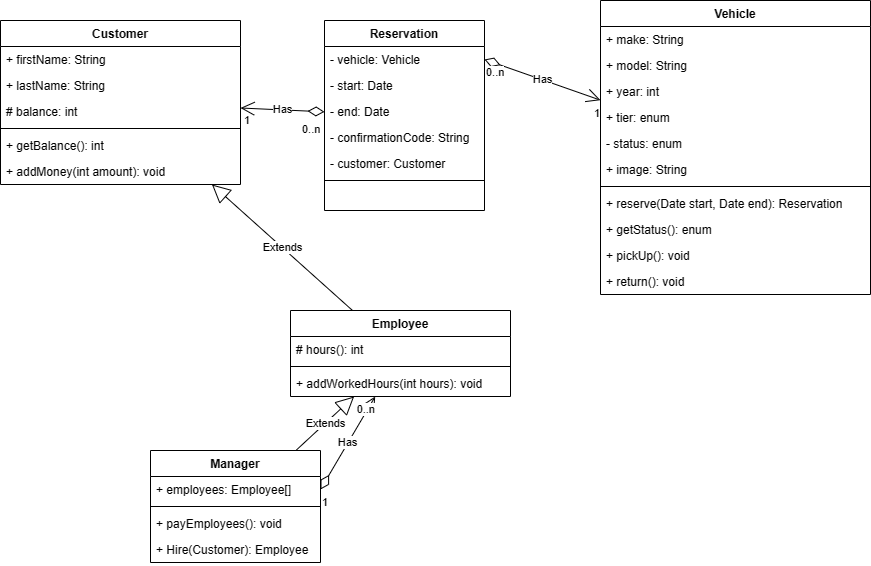
Earlier version of the draw.io export docs/OtherDiagrams/class_diagrams.png (masoncfrancis/CS3450-5-App). Source tidied: cells renumbered, new cells last; positions are measured from the earlier drawing's top-left corner, leaving out a move shared by most shapes.
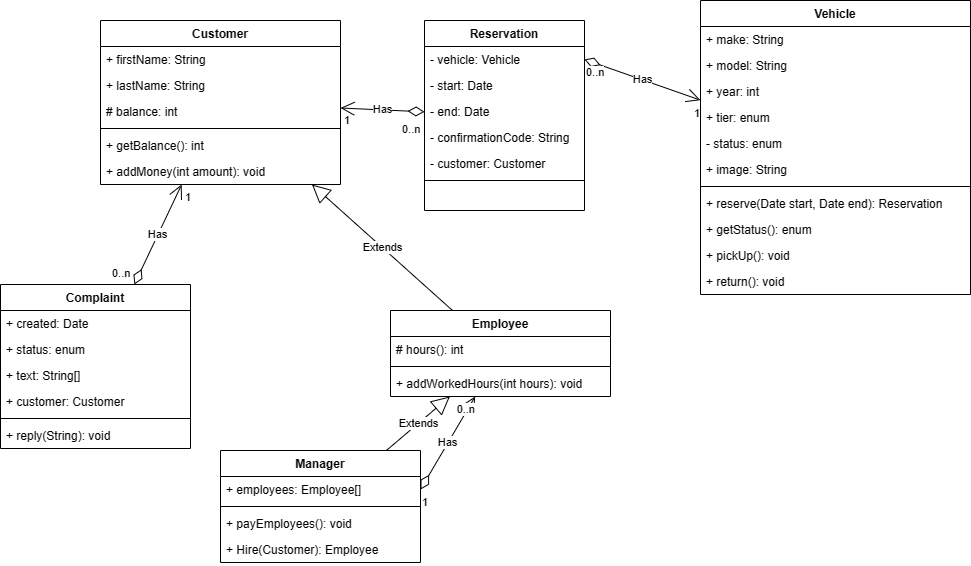
After the commit.

Commit message:
added diagram for complaint model

Diff of the diagram source:
```diff
@@ -39,19 +39,19 @@
       <mxGeometry relative="1" as="geometry" />
     </mxCell>
     <mxCell id="14" value="Manager" style="swimlane;fontStyle=1;align=center;verticalAlign=top;horizontal=1;startSize=26;" parent="1" vertex="1">
-      <mxGeometry x="150" y="450" width="170" height="112" as="geometry" />
+      <mxGeometry x="120" y="450" width="200" height="112" as="geometry" />
     </mxCell>
     <mxCell id="15" value="+ employees: Employee[]" style="text;strokeColor=none;fillColor=none;align=left;verticalAlign=top;spacingLeft=4;spacingRight=4;overflow=hidden;points=[[0,0.5],[1,0.5]];portConstraint=eastwest;" parent="14" vertex="1">
-      <mxGeometry y="26" width="170" height="26" as="geometry" />
+      <mxGeometry y="26" width="200" height="26" as="geometry" />
     </mxCell>
     <mxCell id="16" style="line;strokeWidth=1;fillColor=none;align=left;verticalAlign=middle;spacingTop=-1;spacingLeft=3;spacingRight=3;labelPosition=right;strokeColor=inherit;" parent="14" vertex="1">
-      <mxGeometry y="52" width="170" height="8" as="geometry" />
+      <mxGeometry y="52" width="200" height="8" as="geometry" />
     </mxCell>
     <mxCell id="17" value="+ payEmployees(): void" style="text;strokeColor=none;fillColor=none;align=left;verticalAlign=top;spacingLeft=4;spacingRight=4;overflow=hidden;" parent="14" vertex="1">
-      <mxGeometry y="60" width="170" height="26" as="geometry" />
+      <mxGeometry y="60" width="200" height="26" as="geometry" />
     </mxCell>
     <mxCell id="18" value="+ Hire(Customer): Employee" style="text;strokeColor=none;fillColor=none;align=left;verticalAlign=top;spacingLeft=4;spacingRight=4;overflow=hidden;" parent="14" vertex="1">
-      <mxGeometry y="86" width="170" height="26" as="geometry" />
+      <mxGeometry y="86" width="200" height="26" as="geometry" />
     </mxCell>
     <mxCell id="19" value="Extends" style="endArrow=block;endSize=16;endFill=0;html=1;rounded=0;" parent="1" edge="1" source="14" target="9">
       <mxGeometry relative="1" as="geometry" />
@@ -147,5 +147,39 @@
     <mxCell id="48" value="1" style="edgeLabel;html=1;align=right;verticalAlign=top;" parent="46" vertex="1">
       <mxGeometry x="1" relative="1" as="geometry" />
     </mxCell>
+    <mxCell id="49" value="Complaint" style="swimlane;fontStyle=1;align=center;verticalAlign=top;horizontal=1;startSize=26;fontSize=12;" parent="1" vertex="1">
+      <mxGeometry x="-100" y="284" width="190" height="164" as="geometry" />
+    </mxCell>
+    <mxCell id="50" value="+ created: Date" style="text;strokeColor=none;fillColor=none;align=left;verticalAlign=top;spacingLeft=4;spacingRight=4;overflow=hidden;fontSize=12;" parent="49" vertex="1">
+      <mxGeometry y="26" width="190" height="26" as="geometry" />
+    </mxCell>
+    <mxCell id="51" value="+ status: enum" style="text;strokeColor=none;fillColor=none;align=left;verticalAlign=top;spacingLeft=4;spacingRight=4;overflow=hidden;fontSize=12;" parent="49" vertex="1">
+      <mxGeometry y="52" width="190" height="26" as="geometry" />
+    </mxCell>
+    <mxCell id="52" value="+ text: String[]" style="text;strokeColor=none;fillColor=none;align=left;verticalAlign=top;spacingLeft=4;spacingRight=4;overflow=hidden;fontSize=12;" parent="49" vertex="1">
+      <mxGeometry y="78" width="190" height="26" as="geometry" />
+    </mxCell>
+    <mxCell id="53" value="+ customer: Customer" style="text;strokeColor=none;fillColor=none;align=left;verticalAlign=top;spacingLeft=4;spacingRight=4;overflow=hidden;fontSize=12;" parent="49" vertex="1">
+      <mxGeometry y="104" width="190" height="26" as="geometry" />
+    </mxCell>
+    <mxCell id="54" style="line;strokeWidth=1;fillColor=none;align=left;verticalAlign=middle;spacingTop=-1;spacingLeft=3;spacingRight=3;labelPosition=right;strokeColor=inherit;fontSize=16;" parent="49" vertex="1">
+      <mxGeometry y="130" width="190" height="8" as="geometry" />
+    </mxCell>
+    <mxCell id="55" value="+ reply(String): void" style="text;strokeColor=none;fillColor=none;align=left;verticalAlign=top;spacingLeft=4;spacingRight=4;overflow=hidden;fontSize=12;" parent="49" vertex="1">
+      <mxGeometry y="138" width="190" height="26" as="geometry" />
+    </mxCell>
+    <mxCell id="56" value="Has" style="endArrow=open;html=1;endSize=12;startArrow=diamondThin;startSize=14;startFill=0;rounded=0;" parent="1" edge="1" source="49" target="2">
+      <mxGeometry relative="1" as="geometry" />
+    </mxCell>
+    <mxCell id="57" value="0..n" style="edgeLabel;html=1;align=left;verticalAlign=top;" parent="56" vertex="1">
+      <mxGeometry x="-1" relative="1" as="geometry">
+        <mxPoint x="-24" y="-24" as="offset" />
+      </mxGeometry>
+    </mxCell>
+    <mxCell id="58" value="1" style="edgeLabel;html=1;align=right;verticalAlign=top;" parent="56" vertex="1">
+      <mxGeometry x="1" relative="1" as="geometry">
+        <mxPoint x="10" as="offset" />
+      </mxGeometry>
+    </mxCell>
   </root>
 </mxGraphModel>
```
